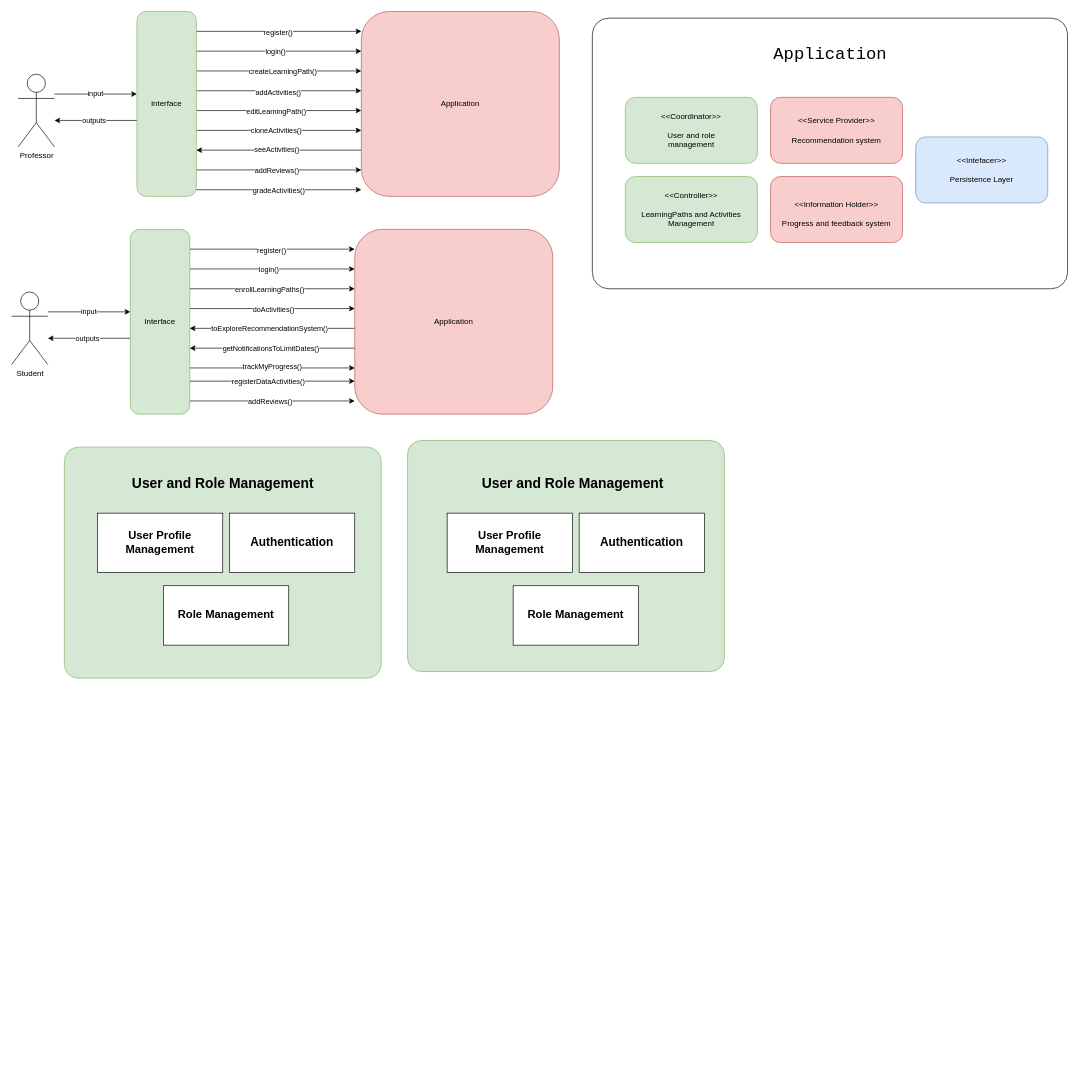
The draw.io diagram sprint-1/task-2/fr-diagrams.drawio in DPO-20242-SEC06/Project-OOPD, before the edit. Source tidied: cells renumbered, new cells numbered last; positions are measured from the earlier drawing's top-left corner, leaving out a move shared by most shapes. Both pictures are drawn from the tidied source at 66%, with x=0, y=0 at pixel (11, 11).
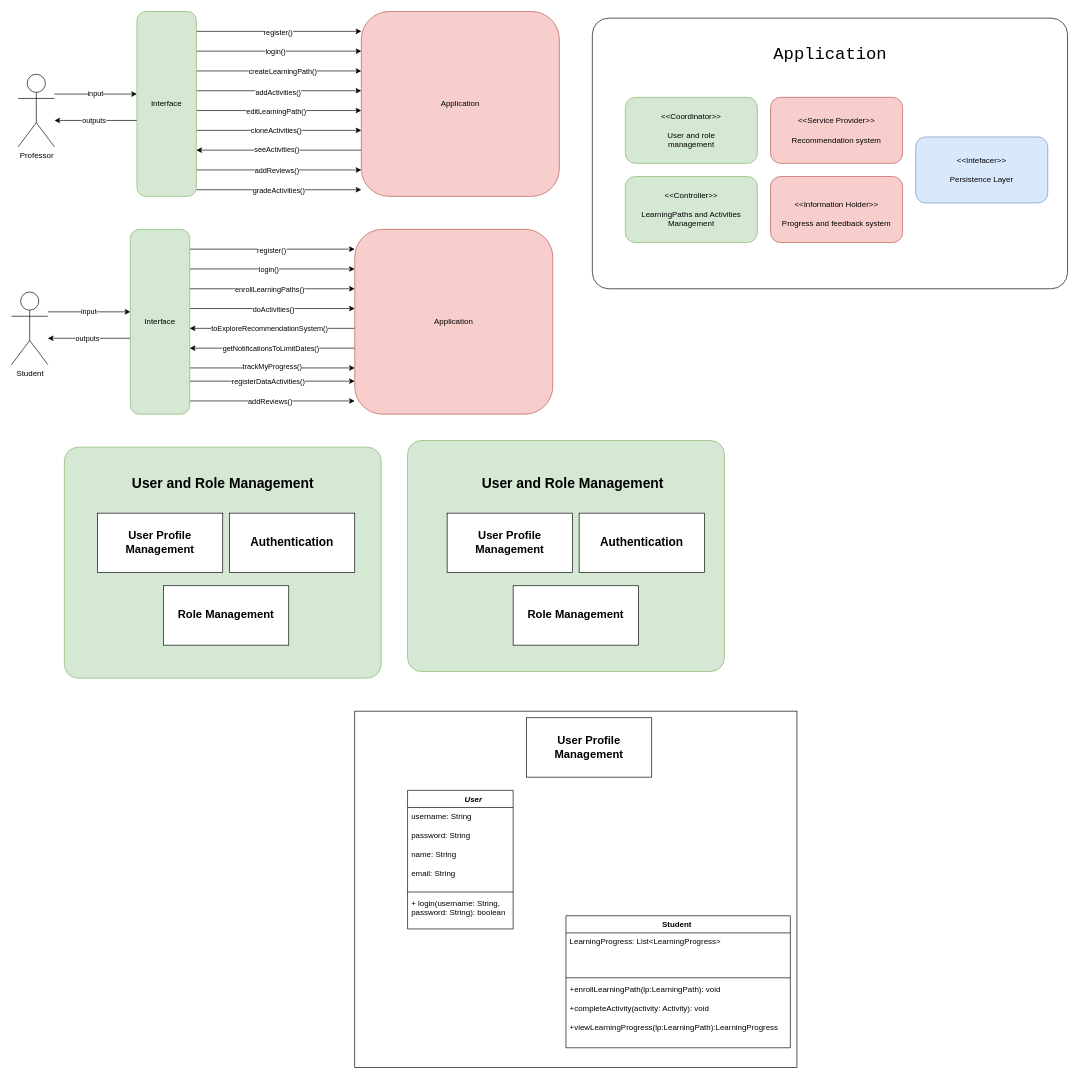
The same diagram, later.

Change to the diagram source:
```diff
@@
+    <mxCell id="69" value="&lt;font style=&quot;font-size: 17px;&quot;&gt;&lt;b&gt;&lt;br&gt;&lt;/b&gt;&lt;/font&gt;" style="html=1;whiteSpace=wrap;" parent="1" vertex="1">
+      <mxGeometry x="520" y="1060" width="670" height="540" as="geometry" />
+    </mxCell>
+    <mxCell id="70" value="&lt;font style=&quot;font-size: 17px;&quot;&gt;&lt;b&gt;User Profile Management&lt;br&gt;&lt;/b&gt;&lt;/font&gt;" style="html=1;whiteSpace=wrap;" parent="1" vertex="1">
+      <mxGeometry x="780" y="1070" width="190" height="90" as="geometry" />
+    </mxCell>
+    <mxCell id="71" value="&lt;blockquote style=&quot;margin: 0 0 0 40px; border: none; padding: 0px;&quot;&gt;&lt;i&gt;User&lt;/i&gt;&lt;/blockquote&gt;" style="swimlane;fontStyle=1;align=center;verticalAlign=top;horizontal=1;startSize=26;whiteSpace=wrap;html=1;" parent="1" vertex="1">
+      <mxGeometry x="600" y="1180" width="160" height="210" as="geometry" />
+    </mxCell>
+    <mxCell id="72" value="username: String&lt;div&gt;&lt;br&gt;&lt;/div&gt;&lt;div&gt;password: String&lt;/div&gt;&lt;div&gt;&lt;br&gt;&lt;/div&gt;&lt;div&gt;name: String&lt;/div&gt;&lt;div&gt;&lt;br&gt;&lt;/div&gt;&lt;div&gt;email: String&amp;nbsp;&lt;/div&gt;&lt;div&gt;&lt;br&gt;&lt;/div&gt;" style="text;strokeColor=none;fillColor=none;align=left;verticalAlign=top;spacingLeft=4;spacingRight=4;overflow=hidden;whiteSpace=wrap;html=1;" parent="71" vertex="1">
+      <mxGeometry y="26" width="160" height="124" as="geometry" />
+    </mxCell>
+    <mxCell id="73" style="line;strokeWidth=1;fillColor=none;align=left;verticalAlign=middle;spacingTop=-1;spacingLeft=3;spacingRight=3;labelPosition=right;strokeColor=inherit;" parent="71" vertex="1">
+      <mxGeometry y="150" width="160" height="8" as="geometry" />
+    </mxCell>
+    <mxCell id="74" value="+ login(username: String, password: String): boolean" style="text;strokeColor=none;fillColor=none;align=left;verticalAlign=top;spacingLeft=4;spacingRight=4;overflow=hidden;whiteSpace=wrap;html=1;" parent="71" vertex="1">
+      <mxGeometry y="158" width="160" height="52" as="geometry" />
+    </mxCell>
+    <mxCell id="75" value="Student&amp;nbsp;" style="swimlane;fontStyle=1;align=center;verticalAlign=top;horizontal=1;startSize=26;whiteSpace=wrap;html=1;" parent="1" vertex="1">
+      <mxGeometry x="840" y="1370" width="340" height="200" as="geometry" />
+    </mxCell>
+    <mxCell id="76" value="LearningProgress: List&amp;lt;LearningProgress&amp;gt;" style="text;strokeColor=none;fillColor=none;align=left;verticalAlign=top;spacingLeft=4;spacingRight=4;overflow=hidden;whiteSpace=wrap;html=1;" parent="75" vertex="1">
+      <mxGeometry y="26" width="340" height="64" as="geometry" />
+    </mxCell>
+    <mxCell id="77" style="line;strokeWidth=1;fillColor=none;align=left;verticalAlign=middle;spacingTop=-1;spacingLeft=3;spacingRight=3;labelPosition=right;strokeColor=inherit;" parent="75" vertex="1">
+      <mxGeometry y="90" width="340" height="8" as="geometry" />
+    </mxCell>
+    <mxCell id="78" value="+enrollLearningPath(lp:LearningPath): void&lt;div&gt;&lt;br&gt;&lt;/div&gt;&lt;div&gt;+completeActivity(activity: Activity): void&lt;/div&gt;&lt;div&gt;&lt;br&gt;&lt;/div&gt;&lt;div&gt;+viewLearningProgress(lp:LearningPath):LearningProgress&lt;/div&gt;" style="text;strokeColor=none;fillColor=none;align=left;verticalAlign=top;spacingLeft=4;spacingRight=4;overflow=hidden;whiteSpace=wrap;html=1;" parent="75" vertex="1">
+      <mxGeometry y="98" width="340" height="102" as="geometry" />
+    </mxCell>
```
